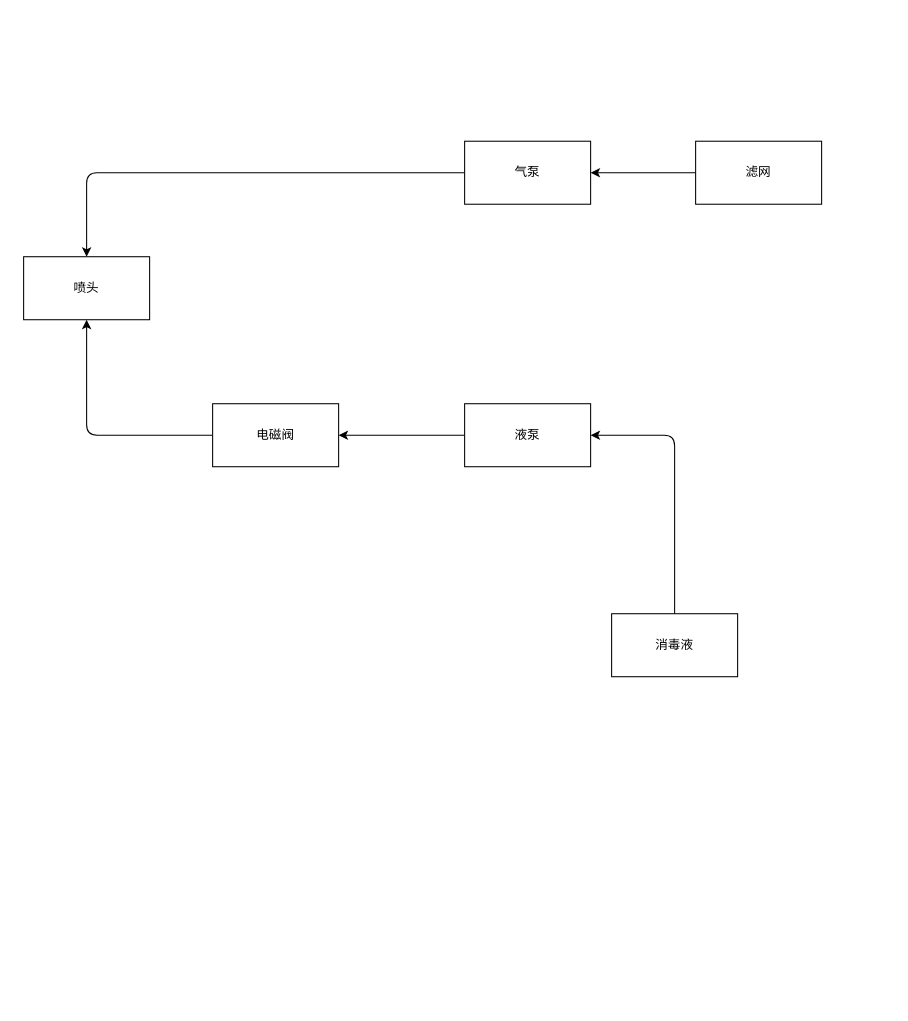
Before: 硬件选型相关.drawio in UrOyou/DCONSrobo, a draw.io diagram. Source tidied: cells renumbered, new cells numbered last; positions are measured from the earlier drawing's top-left corner, leaving out a move shared by most shapes. Both pictures are drawn from the tidied source at 105%, with x=0, y=0 at pixel (23, 141).
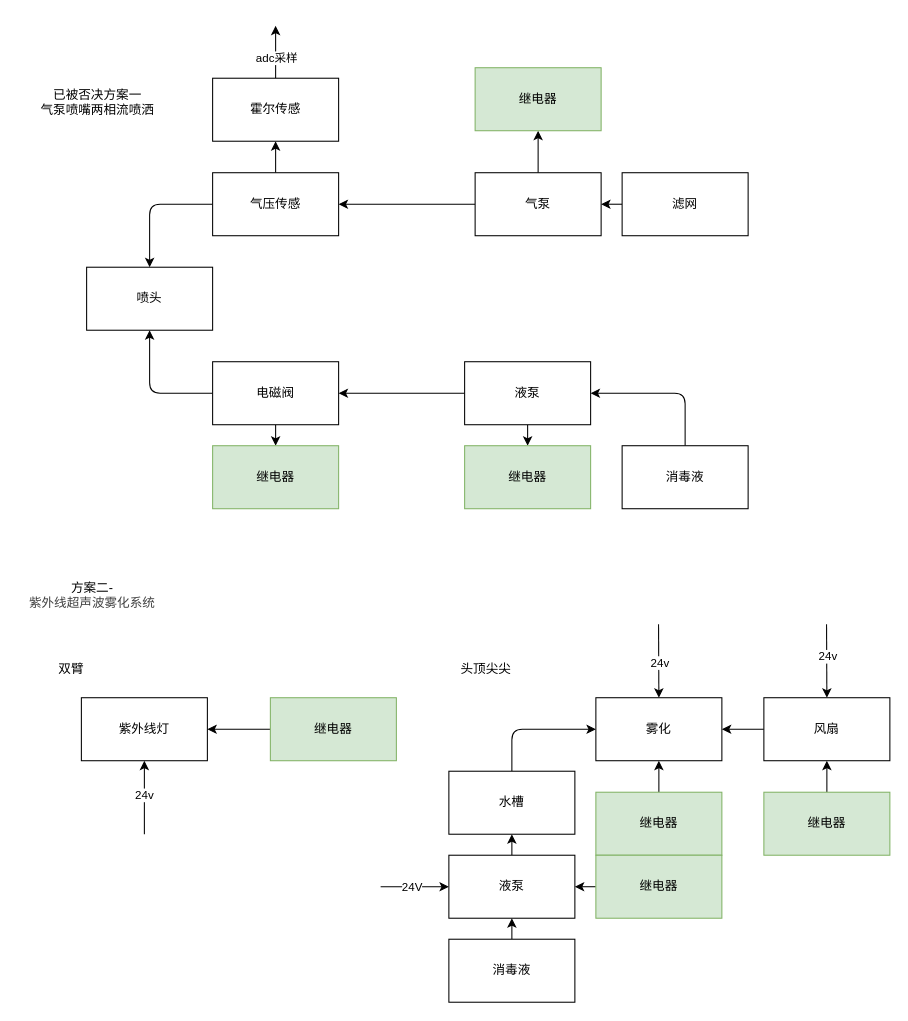
The same page after the edit.

Commit message:
雾化方案更新

Diff of the diagram source:
```diff
@@
     <mxCell id="2" style="edgeStyle=none;html=1;exitX=0;exitY=0.5;exitDx=0;exitDy=0;entryX=0.5;entryY=1;entryDx=0;entryDy=0;" parent="1" edge="1" source="3" target="4">
       <mxGeometry relative="1" as="geometry">
         <Array as="points">
-          <mxPoint x="60" y="280" />
+          <mxPoint x="120" y="240" />
         </Array>
       </mxGeometry>
     </mxCell>
+    <mxCell id="13" style="edgeStyle=none;html=1;exitX=0.5;exitY=1;exitDx=0;exitDy=0;entryX=0.5;entryY=0;entryDx=0;entryDy=0;" parent="1" edge="1" source="3" target="17">
+      <mxGeometry relative="1" as="geometry" />
+    </mxCell>
     <mxCell id="3" value="电磁阀" style="whiteSpace=wrap;html=1;" parent="1" vertex="1">
-      <mxGeometry x="180" y="250" width="120" height="60" as="geometry" />
+      <mxGeometry x="180" y="210" width="120" height="60" as="geometry" />
     </mxCell>
     <mxCell id="4" value="喷头" style="whiteSpace=wrap;html=1;" parent="1" vertex="1">
-      <mxGeometry y="110" width="120" height="60" as="geometry" />
+      <mxGeometry x="60" y="120" width="120" height="60" as="geometry" />
     </mxCell>
-    <mxCell id="5" style="edgeStyle=none;html=1;exitX=0;exitY=0.5;exitDx=0;exitDy=0;entryX=0.5;entryY=0;entryDx=0;entryDy=0;" parent="1" edge="1" source="6" target="4">
-      <mxGeometry relative="1" as="geometry">
-        <Array as="points">
-          <mxPoint x="60" y="30" />
-        </Array>
-      </mxGeometry>
-    </mxCell>
+    <mxCell id="14" style="edgeStyle=none;html=1;exitX=0;exitY=0.5;exitDx=0;exitDy=0;" parent="1" edge="1" source="6" target="22">
+      <mxGeometry relative="1" as="geometry" />
+    </mxCell>
+    <mxCell id="15" style="edgeStyle=none;html=1;exitX=0.5;exitY=0;exitDx=0;exitDy=0;entryX=0.5;entryY=1;entryDx=0;entryDy=0;" parent="1" edge="1" source="6" target="19">
+      <mxGeometry relative="1" as="geometry" />
+    </mxCell>
     <mxCell id="6" value="气泵" style="whiteSpace=wrap;html=1;" parent="1" vertex="1">
-      <mxGeometry x="420" width="120" height="60" as="geometry" />
+      <mxGeometry x="430" y="30" width="120" height="60" as="geometry" />
     </mxCell>
@@
+    <mxCell id="16" style="edgeStyle=none;html=1;exitX=0.5;exitY=1;exitDx=0;exitDy=0;" parent="1" edge="1" source="8" target="18">
+      <mxGeometry relative="1" as="geometry" />
+    </mxCell>
     <mxCell id="8" value="液泵" style="whiteSpace=wrap;html=1;" parent="1" vertex="1">
-      <mxGeometry x="420" y="250" width="120" height="60" as="geometry" />
+      <mxGeometry x="420" y="210" width="120" height="60" as="geometry" />
     </mxCell>
@@
     <mxCell id="10" value="滤网" style="whiteSpace=wrap;html=1;" parent="1" vertex="1">
-      <mxGeometry x="640" width="120" height="60" as="geometry" />
+      <mxGeometry x="570" y="30" width="120" height="60" as="geometry" />
     </mxCell>
     <mxCell id="11" style="edgeStyle=none;html=1;exitX=0.5;exitY=0;exitDx=0;exitDy=0;entryX=1;entryY=0.5;entryDx=0;entryDy=0;" parent="1" edge="1" source="12" target="8">
       <mxGeometry relative="1" as="geometry">
         <Array as="points">
-          <mxPoint x="620" y="280" />
+          <mxPoint x="630" y="240" />
         </Array>
       </mxGeometry>
     </mxCell>
     <mxCell id="12" value="消毒液" style="whiteSpace=wrap;html=1;" parent="1" vertex="1">
-      <mxGeometry x="560" y="450" width="120" height="60" as="geometry" />
+      <mxGeometry x="570" y="290" width="120" height="60" as="geometry" />
     </mxCell>
+    <mxCell id="17" value="继电器" style="whiteSpace=wrap;html=1;fillColor=#d5e8d4;strokeColor=#82b366;" parent="1" vertex="1">
+      <mxGeometry x="180" y="290" width="120" height="60" as="geometry" />
+    </mxCell>
+    <mxCell id="18" value="继电器" style="whiteSpace=wrap;html=1;fillColor=#d5e8d4;strokeColor=#82b366;" parent="1" vertex="1">
+      <mxGeometry x="420" y="290" width="120" height="60" as="geometry" />
+    </mxCell>
+    <mxCell id="19" value="继电器" style="whiteSpace=wrap;html=1;fillColor=#d5e8d4;strokeColor=#82b366;" parent="1" vertex="1">
+      <mxGeometry x="430" y="-70" width="120" height="60" as="geometry" />
+    </mxCell>
+    <mxCell id="20" style="edgeStyle=none;html=1;exitX=0;exitY=0.5;exitDx=0;exitDy=0;entryX=0.5;entryY=0;entryDx=0;entryDy=0;" parent="1" edge="1" source="22" target="4">
+      <mxGeometry relative="1" as="geometry">
+        <Array as="points">
+          <mxPoint x="120" y="60" />
+        </Array>
+      </mxGeometry>
+    </mxCell>
+    <mxCell id="21" style="edgeStyle=none;html=1;exitX=0.5;exitY=0;exitDx=0;exitDy=0;entryX=0.5;entryY=1;entryDx=0;entryDy=0;" parent="1" edge="1" source="22" target="25">
+      <mxGeometry relative="1" as="geometry" />
+    </mxCell>
+    <mxCell id="22" value="气压传感" style="whiteSpace=wrap;html=1;" parent="1" vertex="1">
+      <mxGeometry x="180" y="30" width="120" height="60" as="geometry" />
+    </mxCell>
+    <mxCell id="23" style="edgeStyle=none;html=1;exitX=0.5;exitY=0;exitDx=0;exitDy=0;" parent="1" edge="1" source="25">
+      <mxGeometry relative="1" as="geometry">
+        <mxPoint x="240" y="-110" as="targetPoint" />
+      </mxGeometry>
+    </mxCell>
+    <mxCell id="24" value="adc采样" style="edgeLabel;html=1;align=center;verticalAlign=middle;" parent="23" vertex="1">
+      <mxGeometry x="0.2" y="4" relative="1" as="geometry">
+        <mxPoint x="4" y="10" as="offset" />
+      </mxGeometry>
+    </mxCell>
+    <mxCell id="25" value="霍尔传感" style="whiteSpace=wrap;html=1;" parent="1" vertex="1">
+      <mxGeometry x="180" y="-60" width="120" height="60" as="geometry" />
+    </mxCell>
+    <mxCell id="26" value="已被否决方案一&lt;div&gt;气泵喷嘴两相流喷洒&lt;/div&gt;" style="text;html=1;align=center;verticalAlign=middle;strokeColor=none;fillColor=none;" parent="1" vertex="1">
+      <mxGeometry x="5" y="-57" width="130" height="40" as="geometry" />
+    </mxCell>
+    <mxCell id="27" value="方案二-&lt;div&gt;&lt;span style=&quot;background-color: transparent; color: rgb(63, 63, 63);&quot;&gt;紫外线超声波雾化系统&lt;/span&gt;&lt;/div&gt;&lt;div&gt;&lt;div&gt;&lt;div&gt;&lt;br&gt;&lt;/div&gt;&lt;/div&gt;&lt;/div&gt;" style="text;html=1;align=center;verticalAlign=middle;strokeColor=none;fillColor=none;" parent="1" vertex="1">
+      <mxGeometry x="-5" y="410" width="140" height="60" as="geometry" />
+    </mxCell>
+    <mxCell id="28" style="edgeStyle=none;html=1;exitX=0.5;exitY=1;exitDx=0;exitDy=0;startArrow=classic;startFill=1;endArrow=none;endFill=0;" parent="1" edge="1" source="30">
+      <mxGeometry relative="1" as="geometry">
+        <mxPoint x="115" y="660" as="targetPoint" />
+      </mxGeometry>
+    </mxCell>
+    <mxCell id="29" value="24v" style="edgeLabel;html=1;align=center;verticalAlign=middle;" parent="28" vertex="1">
+      <mxGeometry x="-0.09" y="-1" relative="1" as="geometry" />
+    </mxCell>
+    <mxCell id="30" value="紫外线灯" style="whiteSpace=wrap;html=1;" parent="1" vertex="1">
+      <mxGeometry x="55" y="530" width="120" height="60" as="geometry" />
+    </mxCell>
+    <mxCell id="31" style="edgeStyle=none;html=1;exitX=0;exitY=0.5;exitDx=0;exitDy=0;" parent="1" edge="1" source="32" target="30">
+      <mxGeometry relative="1" as="geometry" />
+    </mxCell>
+    <mxCell id="32" value="继电器" style="whiteSpace=wrap;html=1;fillColor=#d5e8d4;strokeColor=#82b366;" parent="1" vertex="1">
+      <mxGeometry x="235" y="530" width="120" height="60" as="geometry" />
+    </mxCell>
+    <mxCell id="33" style="edgeStyle=none;html=1;exitX=0.5;exitY=0;exitDx=0;exitDy=0;startArrow=classic;startFill=1;endArrow=none;endFill=0;" parent="1" edge="1" source="35">
+      <mxGeometry relative="1" as="geometry">
+        <mxPoint x="604.7" y="460" as="targetPoint" />
+      </mxGeometry>
+    </mxCell>
+    <mxCell id="34" value="24v" style="edgeLabel;html=1;align=center;verticalAlign=middle;" parent="33" vertex="1">
+      <mxGeometry x="-0.07" y="-1" relative="1" as="geometry" />
+    </mxCell>
+    <mxCell id="35" value="雾化" style="whiteSpace=wrap;html=1;" parent="1" vertex="1">
+      <mxGeometry x="545" y="530" width="120" height="60" as="geometry" />
+    </mxCell>
+    <mxCell id="36" style="edgeStyle=none;html=1;exitX=0;exitY=0.5;exitDx=0;exitDy=0;" parent="1" edge="1" source="39" target="35">
+      <mxGeometry relative="1" as="geometry" />
+    </mxCell>
+    <mxCell id="37" style="edgeStyle=none;html=1;exitX=0.5;exitY=0;exitDx=0;exitDy=0;endArrow=none;endFill=0;startArrow=classic;startFill=1;" parent="1" edge="1" source="39">
+      <mxGeometry relative="1" as="geometry">
+        <mxPoint x="764.7" y="460" as="targetPoint" />
+      </mxGeometry>
+    </mxCell>
+    <mxCell id="38" value="24v" style="edgeLabel;html=1;align=center;verticalAlign=middle;" parent="37" vertex="1">
+      <mxGeometry x="0.1" y="-1" relative="1" as="geometry" />
+    </mxCell>
+    <mxCell id="39" value="风扇" style="whiteSpace=wrap;html=1;" parent="1" vertex="1">
+      <mxGeometry x="705" y="530" width="120" height="60" as="geometry" />
+    </mxCell>
+    <mxCell id="40" value="双臂" style="text;html=1;align=center;verticalAlign=middle;strokeColor=none;fillColor=none;" parent="1" vertex="1">
+      <mxGeometry x="20" y="488" width="50" height="30" as="geometry" />
+    </mxCell>
+    <mxCell id="41" value="头顶尖尖" style="text;html=1;align=center;verticalAlign=middle;strokeColor=none;fillColor=none;" parent="1" vertex="1">
+      <mxGeometry x="405" y="488" width="70" height="30" as="geometry" />
+    </mxCell>
+    <mxCell id="42" style="edgeStyle=none;html=1;exitX=0.5;exitY=0;exitDx=0;exitDy=0;entryX=0.5;entryY=1;entryDx=0;entryDy=0;" parent="1" edge="1" source="43" target="39">
+      <mxGeometry relative="1" as="geometry" />
+    </mxCell>
+    <mxCell id="43" value="继电器" style="whiteSpace=wrap;html=1;fillColor=#d5e8d4;strokeColor=#82b366;" parent="1" vertex="1">
+      <mxGeometry x="705" y="620" width="120" height="60" as="geometry" />
+    </mxCell>
+    <mxCell id="44" style="edgeStyle=none;html=1;exitX=0.5;exitY=0;exitDx=0;exitDy=0;entryX=0.5;entryY=1;entryDx=0;entryDy=0;" parent="1" edge="1" source="45" target="35">
+      <mxGeometry relative="1" as="geometry" />
+    </mxCell>
+    <mxCell id="45" value="继电器" style="whiteSpace=wrap;html=1;fillColor=#d5e8d4;strokeColor=#82b366;" parent="1" vertex="1">
+      <mxGeometry x="545" y="620" width="120" height="60" as="geometry" />
+    </mxCell>
+    <mxCell id="46" style="edgeStyle=none;html=1;exitX=0.5;exitY=0;exitDx=0;exitDy=0;entryX=0.5;entryY=1;entryDx=0;entryDy=0;" parent="1" edge="1" source="49" target="51">
+      <mxGeometry relative="1" as="geometry" />
+    </mxCell>
+    <mxCell id="47" style="edgeStyle=none;html=1;exitX=0;exitY=0.5;exitDx=0;exitDy=0;startArrow=classic;startFill=1;endArrow=none;endFill=0;" parent="1" edge="1" source="49">
+      <mxGeometry relative="1" as="geometry">
+        <mxPoint x="340" y="710" as="targetPoint" />
+      </mxGeometry>
+    </mxCell>
+    <mxCell id="48" value="24V" style="edgeLabel;html=1;align=center;verticalAlign=middle;" parent="47" vertex="1">
+      <mxGeometry x="0.1" relative="1" as="geometry" />
+    </mxCell>
+    <mxCell id="49" value="液泵" style="whiteSpace=wrap;html=1;" parent="1" vertex="1">
+      <mxGeometry x="405" y="680" width="120" height="60" as="geometry" />
+    </mxCell>
+    <mxCell id="50" style="edgeStyle=none;html=1;exitX=0.5;exitY=0;exitDx=0;exitDy=0;entryX=0;entryY=0.5;entryDx=0;entryDy=0;" parent="1" edge="1" source="51" target="35">
+      <mxGeometry relative="1" as="geometry">
+        <Array as="points">
+          <mxPoint x="465" y="560" />
+        </Array>
+      </mxGeometry>
+    </mxCell>
+    <mxCell id="51" value="水槽" style="whiteSpace=wrap;html=1;" parent="1" vertex="1">
+      <mxGeometry x="405" y="600" width="120" height="60" as="geometry" />
+    </mxCell>
+    <mxCell id="52" style="edgeStyle=none;html=1;exitX=0.5;exitY=0;exitDx=0;exitDy=0;entryX=0.5;entryY=1;entryDx=0;entryDy=0;" parent="1" edge="1" source="53" target="49">
+      <mxGeometry relative="1" as="geometry" />
+    </mxCell>
+    <mxCell id="53" value="消毒液" style="whiteSpace=wrap;html=1;" parent="1" vertex="1">
+      <mxGeometry x="405" y="760" width="120" height="60" as="geometry" />
+    </mxCell>
+    <mxCell id="54" style="edgeStyle=none;html=1;" parent="1" edge="1" source="55" target="49">
+      <mxGeometry relative="1" as="geometry" />
+    </mxCell>
+    <mxCell id="55" value="继电器" style="whiteSpace=wrap;html=1;fillColor=#d5e8d4;strokeColor=#82b366;" parent="1" vertex="1">
+      <mxGeometry x="545" y="680" width="120" height="60" as="geometry" />
+    </mxCell>
```
